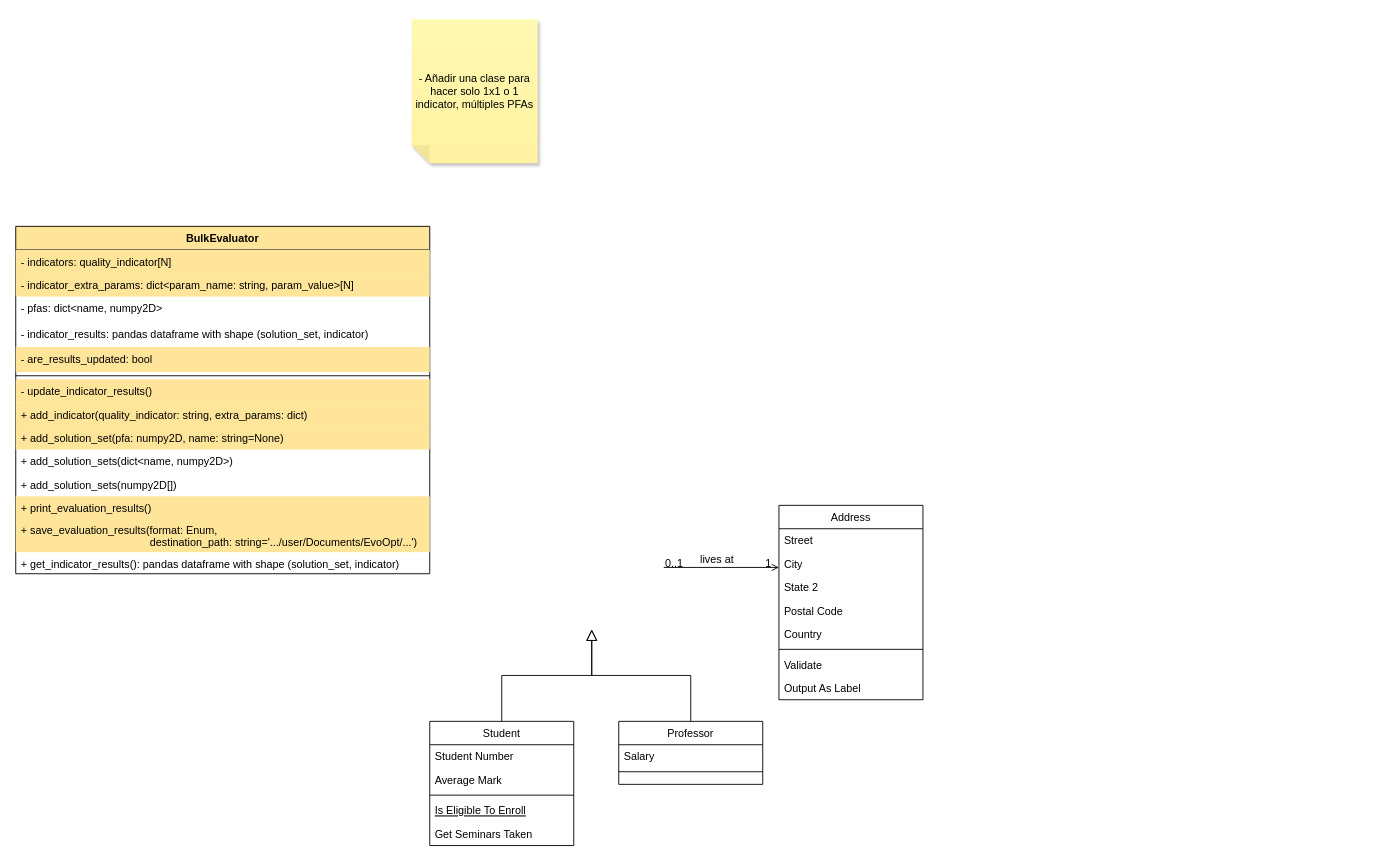
This is page "Page-1" (1 of 2) of Untitled Diagram.drawio from santiago-a-serrano/evoopt-diagram, a draw.io file, before an edit. Source tidied: cells renumbered, new cells numbered last; positions are measured from the earlier drawing's top-left corner, leaving out a move shared by most shapes. Both pictures are drawn from the tidied source at 90%, with x=0, y=0 at pixel (15, 19).
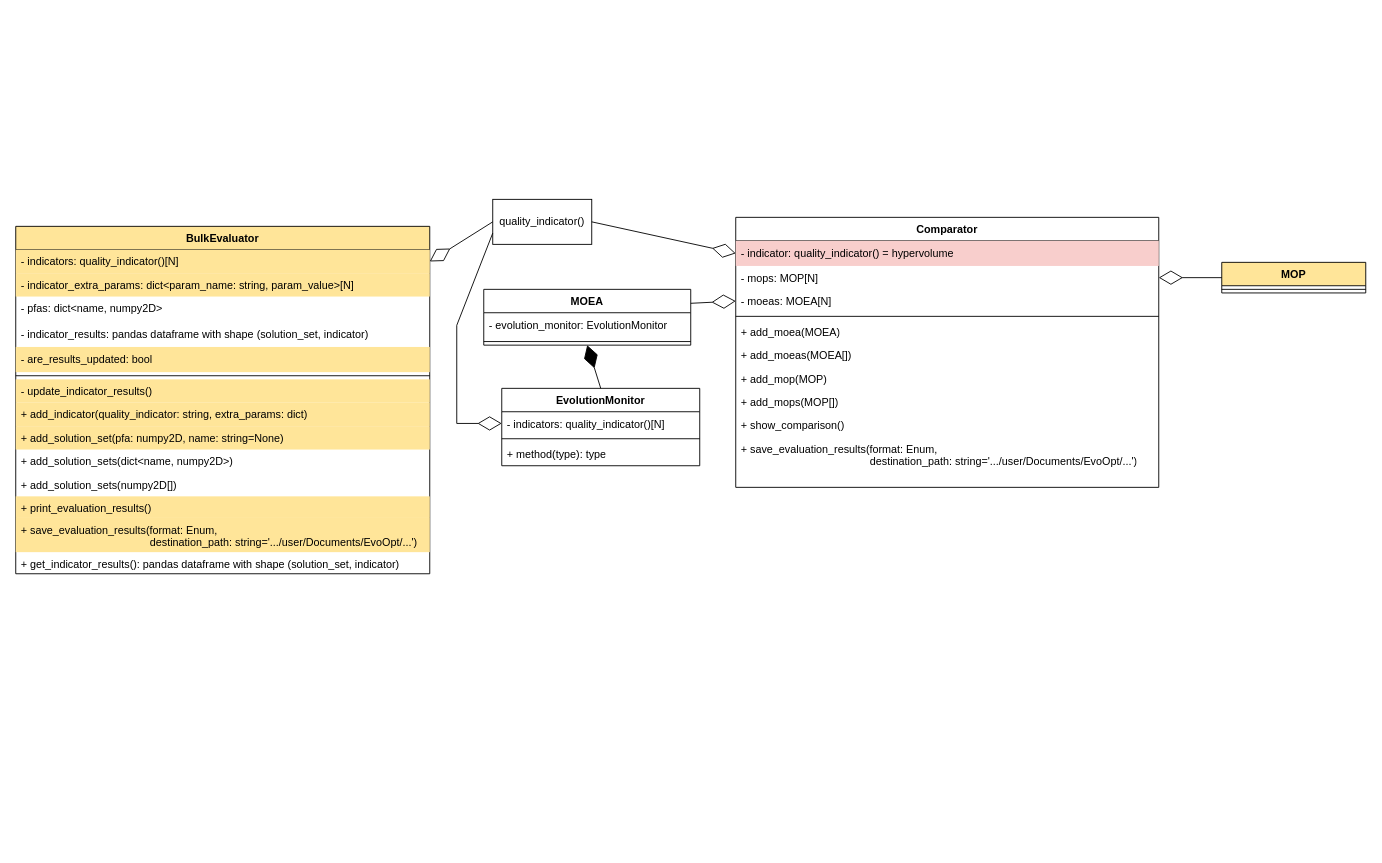
Above is the later version.

Commit message:
Create MOEA, EvolutionMonitor, Comparator, and MOP classes

Unchanged cells that the change refers to:
```xml
<mxCell id="2" value="BulkEvaluator" style="swimlane;fontStyle=1;align=center;verticalAlign=top;horizontal=1;startSize=26;rounded=0;shadow=0;strokeWidth=1;fillColor=#FFE599;" parent="1" vertex="1">
  <mxGeometry y="230" width="460" height="386" as="geometry" />
</mxCell>
```

What changed in the source:
```diff
@@
-    <mxCell id="3" value="- indicators: quality_indicator[N]" style="text;align=left;verticalAlign=top;spacingLeft=4;spacingRight=4;overflow=hidden;points=[[0,0.5],[1,0.5]];portConstraint=eastwest;fillColor=#FFE599;" parent="2" vertex="1">
+    <mxCell id="3" value="- indicators: quality_indicator()[N]" style="text;align=left;verticalAlign=top;spacingLeft=4;spacingRight=4;overflow=hidden;points=[[0,0.5],[1,0.5]];portConstraint=eastwest;fillColor=#FFE599;" parent="2" vertex="1">
       <mxGeometry y="26" width="460" height="26" as="geometry" />
     </mxCell>
@@
-    <mxCell id="17" value="Student" style="swimlane;fontStyle=0;align=center;verticalAlign=top;horizontal=1;startSize=26;rounded=0;shadow=0;strokeWidth=1;" parent="1" vertex="1">
-      <mxGeometry x="460" y="780" width="160" height="138" as="geometry" />
-    </mxCell>
-    <mxCell id="18" value="Student Number" style="text;align=left;verticalAlign=top;spacingLeft=4;spacingRight=4;overflow=hidden;" parent="17" vertex="1">
-      <mxGeometry y="26" width="160" height="26" as="geometry" />
-    </mxCell>
-    <mxCell id="19" value="Average Mark" style="text;align=left;verticalAlign=top;spacingLeft=4;spacingRight=4;overflow=hidden;rounded=0;shadow=0;html=0;" parent="17" vertex="1">
-      <mxGeometry y="52" width="160" height="26" as="geometry" />
-    </mxCell>
-    <mxCell id="20" style="line;html=1;strokeWidth=1;align=left;verticalAlign=middle;spacingTop=-1;spacingLeft=3;spacingRight=3;labelPosition=right;" parent="17" vertex="1">
-      <mxGeometry y="78" width="160" height="8" as="geometry" />
-    </mxCell>
-    <mxCell id="21" value="Is Eligible To Enroll" style="text;align=left;verticalAlign=top;spacingLeft=4;spacingRight=4;overflow=hidden;fontStyle=4;" parent="17" vertex="1">
-      <mxGeometry y="86" width="160" height="26" as="geometry" />
-    </mxCell>
-    <mxCell id="22" value="Get Seminars Taken" style="text;align=left;verticalAlign=top;spacingLeft=4;spacingRight=4;overflow=hidden;" parent="17" vertex="1">
-      <mxGeometry y="112" width="160" height="26" as="geometry" />
-    </mxCell>
-    <mxCell id="23" style="endArrow=block;endSize=10;endFill=0;shadow=0;strokeWidth=1;rounded=0;edgeStyle=elbowEdgeStyle;elbow=vertical;" parent="1" edge="1" source="17">
-      <mxGeometry relative="1" as="geometry">
-        <mxPoint x="640" y="678" as="targetPoint" />
-      </mxGeometry>
-    </mxCell>
-    <mxCell id="24" value="Professor" style="swimlane;fontStyle=0;align=center;verticalAlign=top;horizontal=1;startSize=26;rounded=0;shadow=0;strokeWidth=1;" parent="1" vertex="1">
-      <mxGeometry x="670" y="780" width="160" height="70" as="geometry" />
-    </mxCell>
-    <mxCell id="25" value="Salary" style="text;align=left;verticalAlign=top;spacingLeft=4;spacingRight=4;overflow=hidden;" parent="24" vertex="1">
-      <mxGeometry y="26" width="160" height="26" as="geometry" />
-    </mxCell>
-    <mxCell id="26" style="line;html=1;strokeWidth=1;align=left;verticalAlign=middle;spacingTop=-1;spacingLeft=3;spacingRight=3;labelPosition=right;" parent="24" vertex="1">
-      <mxGeometry y="52" width="160" height="8" as="geometry" />
-    </mxCell>
-    <mxCell id="27" style="endArrow=block;endSize=10;endFill=0;shadow=0;strokeWidth=1;rounded=0;edgeStyle=elbowEdgeStyle;elbow=vertical;" parent="1" edge="1" source="24">
-      <mxGeometry relative="1" as="geometry">
-        <mxPoint x="640" y="678" as="targetPoint" />
-      </mxGeometry>
-    </mxCell>
-    <mxCell id="28" value="Address" style="swimlane;fontStyle=0;align=center;verticalAlign=top;horizontal=1;startSize=26;rounded=0;shadow=0;strokeWidth=1;" parent="1" vertex="1">
-      <mxGeometry x="848" y="540" width="160" height="216" as="geometry" />
-    </mxCell>
-    <mxCell id="29" value="Street" style="text;align=left;verticalAlign=top;spacingLeft=4;spacingRight=4;overflow=hidden;" parent="28" vertex="1">
-      <mxGeometry y="26" width="160" height="26" as="geometry" />
-    </mxCell>
-    <mxCell id="30" value="City" style="text;align=left;verticalAlign=top;spacingLeft=4;spacingRight=4;overflow=hidden;rounded=0;shadow=0;html=0;" parent="28" vertex="1">
-      <mxGeometry y="52" width="160" height="26" as="geometry" />
-    </mxCell>
-    <mxCell id="31" value="State 2" style="text;align=left;verticalAlign=top;spacingLeft=4;spacingRight=4;overflow=hidden;rounded=0;shadow=0;html=0;" parent="28" vertex="1">
-      <mxGeometry y="78" width="160" height="26" as="geometry" />
-    </mxCell>
-    <mxCell id="32" value="Postal Code" style="text;align=left;verticalAlign=top;spacingLeft=4;spacingRight=4;overflow=hidden;rounded=0;shadow=0;html=0;" parent="28" vertex="1">
-      <mxGeometry y="104" width="160" height="26" as="geometry" />
-    </mxCell>
-    <mxCell id="33" value="Country" style="text;align=left;verticalAlign=top;spacingLeft=4;spacingRight=4;overflow=hidden;rounded=0;shadow=0;html=0;" parent="28" vertex="1">
-      <mxGeometry y="130" width="160" height="26" as="geometry" />
-    </mxCell>
-    <mxCell id="34" style="line;html=1;strokeWidth=1;align=left;verticalAlign=middle;spacingTop=-1;spacingLeft=3;spacingRight=3;labelPosition=right;" parent="28" vertex="1">
-      <mxGeometry y="156" width="160" height="8" as="geometry" />
-    </mxCell>
-    <mxCell id="35" value="Validate" style="text;align=left;verticalAlign=top;spacingLeft=4;spacingRight=4;overflow=hidden;" parent="28" vertex="1">
-      <mxGeometry y="164" width="160" height="26" as="geometry" />
-    </mxCell>
-    <mxCell id="36" value="Output As Label" style="text;align=left;verticalAlign=top;spacingLeft=4;spacingRight=4;overflow=hidden;" parent="28" vertex="1">
-      <mxGeometry y="190" width="160" height="26" as="geometry" />
-    </mxCell>
-    <mxCell id="37" style="endArrow=open;shadow=0;strokeWidth=1;rounded=0;endFill=1;edgeStyle=elbowEdgeStyle;elbow=vertical;" parent="1" edge="1" target="28">
-      <mxGeometry x="0.5" y="41" relative="1" as="geometry">
-        <mxPoint x="720" y="609" as="sourcePoint" />
-        <mxPoint x="-40" y="32" as="offset" />
-      </mxGeometry>
-    </mxCell>
-    <mxCell id="38" value="0..1" style="align=left;verticalAlign=bottom;labelBackgroundColor=none;fontSize=12;" parent="37" vertex="1">
-      <mxGeometry x="-1" relative="1" as="geometry">
-        <mxPoint y="4" as="offset" />
-      </mxGeometry>
-    </mxCell>
-    <mxCell id="39" value="1" style="align=right;verticalAlign=bottom;labelBackgroundColor=none;fontSize=12;" parent="37" vertex="1">
-      <mxGeometry x="1" relative="1" as="geometry">
-        <mxPoint x="-7" y="4" as="offset" />
-      </mxGeometry>
-    </mxCell>
-    <mxCell id="40" value="lives at" style="text;html=1;align=center;verticalAlign=middle;labelBackgroundColor=none;rounded=0;shadow=0;strokeWidth=1;fontSize=12;" parent="37" vertex="1">
-      <mxGeometry x="0.5" y="49" relative="1" as="geometry">
-        <mxPoint x="-38" y="40" as="offset" />
-      </mxGeometry>
-    </mxCell>
-    <mxCell id="41" value="- Añadir una clase para hacer solo 1x1 o 1 indicator, múltiples PFAs" style="shape=note;whiteSpace=wrap;html=1;backgroundOutline=1;fontColor=#000000;darkOpacity=0.05;fillColor=#FFF9B2;strokeColor=none;fillStyle=solid;direction=west;gradientDirection=north;gradientColor=#FFF2A1;shadow=1;size=20;" parent="1" vertex="1">
-      <mxGeometry x="440" width="140" height="160" as="geometry" />
-    </mxCell>
+    <mxCell id="42" value="Comparator" style="swimlane;fontStyle=1;align=center;verticalAlign=top;horizontal=1;startSize=26;whiteSpace=wrap;html=1;" parent="1" vertex="1">
+      <mxGeometry x="800" y="220" width="470" height="300" as="geometry" />
+    </mxCell>
+    <mxCell id="43" value="- indicator: quality_indicator() = hypervolume" style="text;strokeColor=none;fillColor=#F8CECC;align=left;verticalAlign=top;spacingLeft=4;spacingRight=4;overflow=hidden;points=[[0,0.5],[1,0.5]];portConstraint=eastwest;whiteSpace=wrap;html=1;" parent="42" vertex="1">
+      <mxGeometry y="26" width="470" height="28" as="geometry" />
+    </mxCell>
+    <mxCell id="44" value="- mops: MOP[N]" style="text;strokeColor=none;fillColor=none;align=left;verticalAlign=top;spacingLeft=4;spacingRight=4;overflow=hidden;whiteSpace=wrap;html=1;" parent="42" vertex="1">
+      <mxGeometry y="54" width="470" height="26" as="geometry" />
+    </mxCell>
+    <mxCell id="45" value="- moeas: MOEA[N]" style="text;strokeColor=none;fillColor=none;align=left;verticalAlign=top;spacingLeft=4;spacingRight=4;overflow=hidden;points=[[0,0.5],[1,0.5]];portConstraint=eastwest;whiteSpace=wrap;html=1;" parent="42" vertex="1">
+      <mxGeometry y="80" width="470" height="26" as="geometry" />
+    </mxCell>
+    <mxCell id="46" style="line;strokeWidth=1;fillColor=none;align=left;verticalAlign=middle;spacingTop=-1;spacingLeft=3;spacingRight=3;labelPosition=right;strokeColor=inherit;" parent="42" vertex="1">
+      <mxGeometry y="106" width="470" height="8" as="geometry" />
+    </mxCell>
+    <mxCell id="47" value="+ add_moea(MOEA)" style="text;strokeColor=none;fillColor=none;align=left;verticalAlign=top;spacingLeft=4;spacingRight=4;overflow=hidden;whiteSpace=wrap;html=1;" parent="42" vertex="1">
+      <mxGeometry y="114" width="470" height="26" as="geometry" />
+    </mxCell>
+    <mxCell id="48" value="+ add_moeas(MOEA[])" style="text;strokeColor=none;fillColor=none;align=left;verticalAlign=top;spacingLeft=4;spacingRight=4;overflow=hidden;whiteSpace=wrap;html=1;" parent="42" vertex="1">
+      <mxGeometry y="140" width="470" height="26" as="geometry" />
+    </mxCell>
+    <mxCell id="49" value="+ add_mop(MOP)" style="text;strokeColor=none;fillColor=none;align=left;verticalAlign=top;spacingLeft=4;spacingRight=4;overflow=hidden;whiteSpace=wrap;html=1;" parent="42" vertex="1">
+      <mxGeometry y="166" width="470" height="26" as="geometry" />
+    </mxCell>
+    <mxCell id="50" value="+ add_mops(MOP[])" style="text;strokeColor=none;fillColor=none;align=left;verticalAlign=top;spacingLeft=4;spacingRight=4;overflow=hidden;whiteSpace=wrap;html=1;" parent="42" vertex="1">
+      <mxGeometry y="192" width="470" height="26" as="geometry" />
+    </mxCell>
+    <mxCell id="51" value="+ show_comparison()" style="text;strokeColor=none;fillColor=none;align=left;verticalAlign=top;spacingLeft=4;spacingRight=4;overflow=hidden;whiteSpace=wrap;html=1;" parent="42" vertex="1">
+      <mxGeometry y="218" width="470" height="26" as="geometry" />
+    </mxCell>
+    <mxCell id="52" value="+ save_evaluation_results(format: Enum,&lt;br style=&quot;border-color: var(--border-color); padding: 0px; margin: 0px;&quot;&gt;&lt;span style=&quot;&quot;&gt;&amp;nbsp;&amp;nbsp;&amp;nbsp;&amp;nbsp;&amp;nbsp;&amp;nbsp;&amp;nbsp;&amp;nbsp;&amp;nbsp;&amp;nbsp;&amp;nbsp;&amp;nbsp;&amp;nbsp;&amp;nbsp;&amp;nbsp;&amp;nbsp;&amp;nbsp;&amp;nbsp;&amp;nbsp;&amp;nbsp;&amp;nbsp;&amp;nbsp;&amp;nbsp;&amp;nbsp;&amp;nbsp;&amp;nbsp;&amp;nbsp;&amp;nbsp;&amp;nbsp;&amp;nbsp;&amp;nbsp;&amp;nbsp;&amp;nbsp;&amp;nbsp;&amp;nbsp;&amp;nbsp;&amp;nbsp;&amp;nbsp;&amp;nbsp;&amp;nbsp;&amp;nbsp;&amp;nbsp;&amp;nbsp;destination_path: string='.../user/Documents/EvoOpt/...')&lt;/span&gt;" style="text;strokeColor=none;fillColor=none;align=left;verticalAlign=top;spacingLeft=4;spacingRight=4;overflow=hidden;whiteSpace=wrap;html=1;" parent="42" vertex="1">
+      <mxGeometry y="244" width="470" height="56" as="geometry" />
+    </mxCell>
+    <mxCell id="53" value="MOEA" style="swimlane;fontStyle=1;align=center;verticalAlign=top;horizontal=1;startSize=26;whiteSpace=wrap;html=1;" parent="1" vertex="1">
+      <mxGeometry x="520" y="300" width="230" height="62" as="geometry" />
+    </mxCell>
+    <mxCell id="54" value="- evolution_monitor: EvolutionMonitor" style="text;align=left;verticalAlign=top;spacingLeft=4;spacingRight=4;overflow=hidden;rounded=0;shadow=0;html=0;" parent="53" vertex="1">
+      <mxGeometry y="26" width="230" height="28" as="geometry" />
+    </mxCell>
+    <mxCell id="55" style="line;strokeWidth=1;fillColor=none;align=left;verticalAlign=middle;spacingTop=-1;spacingLeft=3;spacingRight=3;labelPosition=right;strokeColor=inherit;" parent="53" vertex="1">
+      <mxGeometry y="54" width="230" height="8" as="geometry" />
+    </mxCell>
+    <mxCell id="56" style="endArrow=diamondThin;endFill=0;endSize=24;html=1;rounded=0;entryX=0;entryY=0.5;entryDx=0;entryDy=0;exitX=1;exitY=0.25;exitDx=0;exitDy=0;" parent="1" edge="1" source="53" target="45">
+      <mxGeometry relative="1" as="geometry" />
+    </mxCell>
+    <mxCell id="57" value="MOP" style="swimlane;fontStyle=1;align=center;verticalAlign=top;horizontal=1;startSize=26;whiteSpace=wrap;html=1;fillColor=#FFE599;" parent="1" vertex="1">
+      <mxGeometry x="1340" y="270" width="160" height="34" as="geometry" />
+    </mxCell>
+    <mxCell id="58" style="line;strokeWidth=1;fillColor=none;align=left;verticalAlign=middle;spacingTop=-1;spacingLeft=3;spacingRight=3;labelPosition=right;strokeColor=inherit;" parent="57" vertex="1">
+      <mxGeometry y="26" width="160" height="8" as="geometry" />
+    </mxCell>
+    <mxCell id="59" style="endArrow=diamondThin;endFill=0;endSize=24;html=1;rounded=0;exitX=0;exitY=0.5;exitDx=0;exitDy=0;" parent="1" edge="1" source="57">
+      <mxGeometry relative="1" as="geometry">
+        <mxPoint x="1270" y="287" as="targetPoint" />
+      </mxGeometry>
+    </mxCell>
+    <mxCell id="60" value="quality_indicator()" style="html=1;whiteSpace=wrap;" parent="1" vertex="1">
+      <mxGeometry x="530" y="200" width="110" height="50" as="geometry" />
+    </mxCell>
+    <mxCell id="61" style="endArrow=diamondThin;endFill=0;endSize=24;html=1;rounded=0;entryX=1;entryY=0.5;entryDx=0;entryDy=0;exitX=0;exitY=0.5;exitDx=0;exitDy=0;" parent="1" edge="1" source="60" target="3">
+      <mxGeometry relative="1" as="geometry" />
+    </mxCell>
+    <mxCell id="62" style="endArrow=diamondThin;endFill=0;endSize=24;html=1;rounded=0;entryX=0;entryY=0.5;entryDx=0;entryDy=0;exitX=1;exitY=0.5;exitDx=0;exitDy=0;" parent="1" edge="1" source="60" target="43">
+      <mxGeometry relative="1" as="geometry" />
+    </mxCell>
+    <mxCell id="63" value="EvolutionMonitor" style="swimlane;fontStyle=1;align=center;verticalAlign=top;horizontal=1;startSize=26;whiteSpace=wrap;html=1;" parent="1" vertex="1">
+      <mxGeometry x="540" y="410" width="220" height="86" as="geometry" />
+    </mxCell>
+    <mxCell id="64" value="- indicators: quality_indicator()[N]" style="text;strokeColor=none;fillColor=none;align=left;verticalAlign=top;spacingLeft=4;spacingRight=4;overflow=hidden;points=[[0,0.5],[1,0.5]];portConstraint=eastwest;whiteSpace=wrap;html=1;" parent="63" vertex="1">
+      <mxGeometry y="26" width="220" height="26" as="geometry" />
+    </mxCell>
+    <mxCell id="65" style="line;strokeWidth=1;fillColor=none;align=left;verticalAlign=middle;spacingTop=-1;spacingLeft=3;spacingRight=3;labelPosition=right;strokeColor=inherit;" parent="63" vertex="1">
+      <mxGeometry y="52" width="220" height="8" as="geometry" />
+    </mxCell>
+    <mxCell id="66" value="+ method(type): type" style="text;strokeColor=none;fillColor=none;align=left;verticalAlign=top;spacingLeft=4;spacingRight=4;overflow=hidden;whiteSpace=wrap;html=1;" parent="63" vertex="1">
+      <mxGeometry y="60" width="220" height="26" as="geometry" />
+    </mxCell>
+    <mxCell id="67" style="endArrow=diamondThin;endFill=1;endSize=24;html=1;rounded=0;entryX=0.5;entryY=1;entryDx=0;entryDy=0;exitX=0.5;exitY=0;exitDx=0;exitDy=0;" parent="1" edge="1" source="63" target="53">
+      <mxGeometry relative="1" as="geometry" />
+    </mxCell>
+    <mxCell id="68" style="endArrow=diamondThin;endFill=0;endSize=24;html=1;rounded=0;entryX=0;entryY=0.5;entryDx=0;entryDy=0;exitX=0;exitY=0.75;exitDx=0;exitDy=0;" parent="1" edge="1" source="60" target="64">
+      <mxGeometry relative="1" as="geometry">
+        <Array as="points">
+          <mxPoint x="490" y="340" />
+          <mxPoint x="490" y="449" />
+        </Array>
+      </mxGeometry>
+    </mxCell>
```
